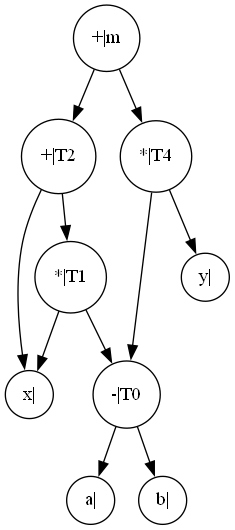
Before: DAG/visible.gv.png, a diagram exported from Graphviz (hutao99/compiler). Its source is kept beside it as DAG/visible.gv. Its diagram source:
```dot
digraph "./DAG/visible" {
	node [color=black shape=circle size="20,5"]
	1 [label="a|"]
	2 [label="b|"]
	3 [label="-|T0"]
	4 [label="x|"]
	5 [label="*|T1"]
	6 [label="+|T2"]
	7 [label="y|"]
	8 [label="*|T4"]
	9 [label="+|m"]
	3 -> 2
	3 -> 1
	5 -> 3
	5 -> 4
	6 -> 5
	6 -> 4
	8 -> 7
	8 -> 3
	9 -> 8
	9 -> 6
}
```
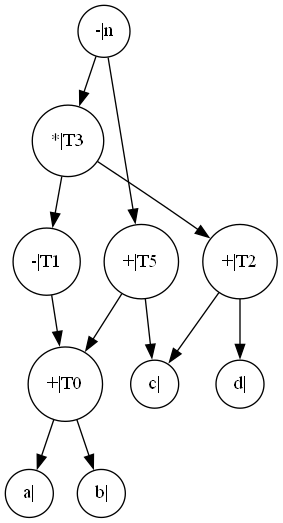
The same file after the commit.

The edit, as a diff of the source:
```diff
@@ -2,21 +2,23 @@
 	node [color=black shape=circle size="20,5"]
 	1 [label="a|"]
 	2 [label="b|"]
-	3 [label="-|T0"]
-	4 [label="x|"]
-	5 [label="*|T1"]
-	6 [label="+|T2"]
-	7 [label="y|"]
-	8 [label="*|T4"]
-	9 [label="+|m"]
+	3 [label="+|T0"]
+	4 [label="-|T1"]
+	5 [label="c|"]
+	6 [label="d|"]
+	7 [label="+|T2"]
+	8 [label="*|T3"]
+	9 [label="+|T5"]
+	10 [label="-|n"]
 	3 -> 2
 	3 -> 1
-	5 -> 3
-	5 -> 4
-	6 -> 5
-	6 -> 4
+	4 -> 3
+	7 -> 6
+	7 -> 5
 	8 -> 7
-	8 -> 3
-	9 -> 8
-	9 -> 6
+	8 -> 4
+	9 -> 5
+	9 -> 3
+	10 -> 9
+	10 -> 8
 }
```
